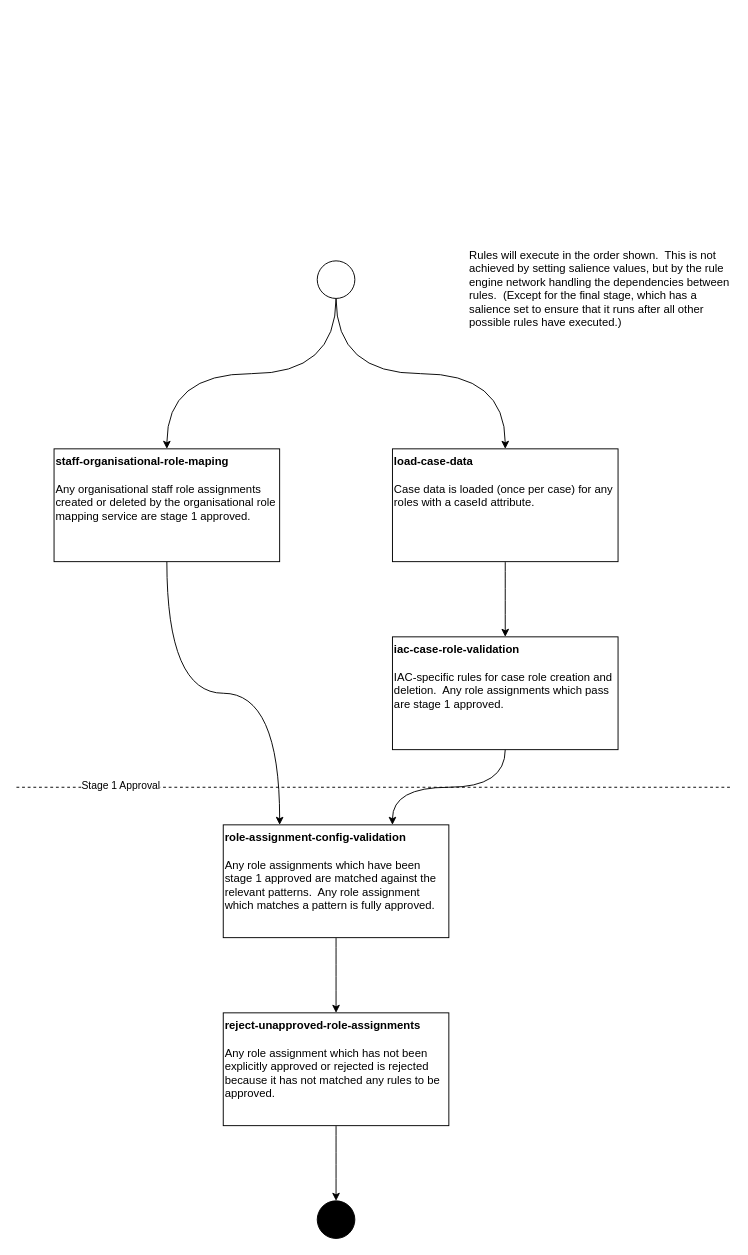
hmcts/am-role-assignment-service keeps this draw.io diagram as page "Page-2" (2 of 2) of src/main/resources/validationrules/rules.drawio. Above is the earlier version. Source tidied: cells renumbered, new cells numbered last; positions are measured from the earlier drawing's top-left corner, leaving out a move shared by most shapes. Both pictures are drawn from the tidied source at 94%, with x=0, y=0 at pixel (16, 242).
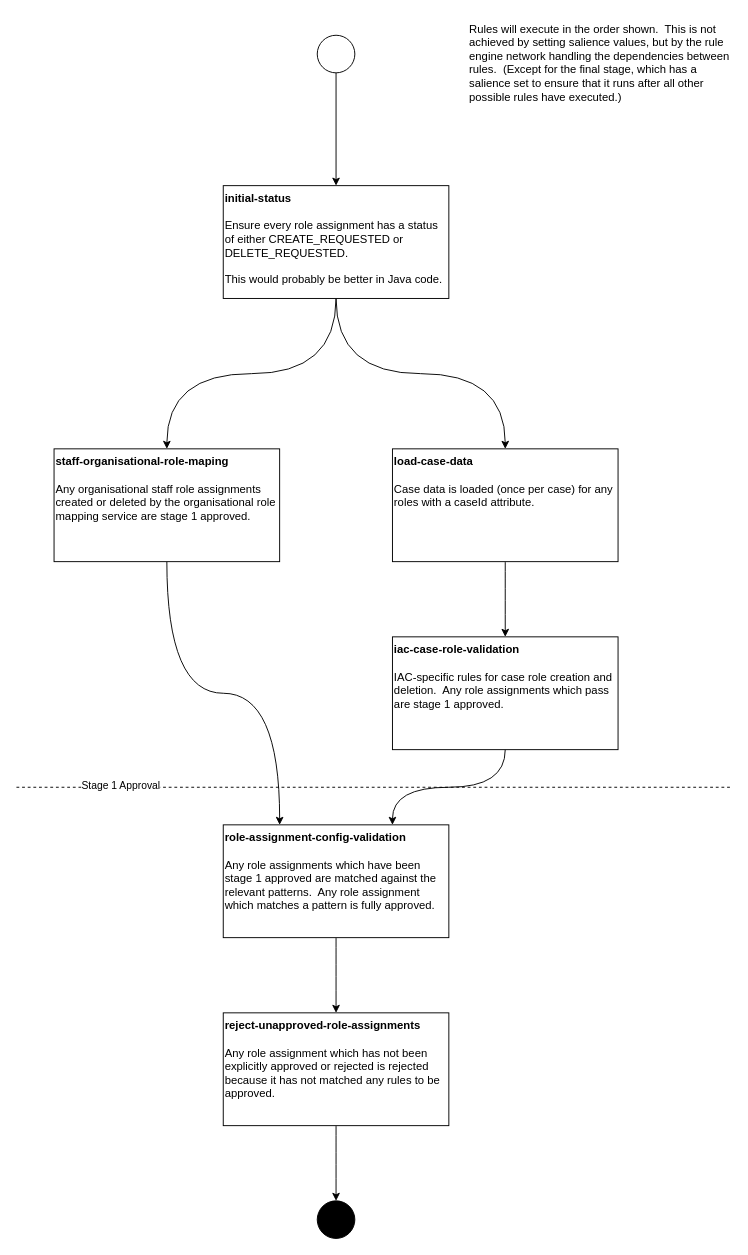
After the change.

Commit message (it also covers changes not shown here):
Restructure request status usage.

Unchanged cells that the change refers to:
```xml
<mxCell id="3" value="&lt;b&gt;staff-organisational-role-maping&lt;/b&gt;&lt;br&gt;&lt;br&gt;Any organisational staff role assignments created or deleted by the organisational role mapping service are stage 1 approved." style="rounded=0;whiteSpace=wrap;html=1;verticalAlign=top;align=left;" parent="1" vertex="1">
  <mxGeometry x="40" y="220" width="240" height="120" as="geometry" />
</mxCell>
<mxCell id="7" value="&lt;b&gt;load-case-data&lt;/b&gt;&lt;br&gt;&lt;br&gt;Case data is loaded (once per case) for any roles with a caseId attribute." style="rounded=0;whiteSpace=wrap;html=1;verticalAlign=top;align=left;" parent="1" vertex="1">
  <mxGeometry x="400" y="220" width="240" height="120" as="geometry" />
</mxCell>
```

Change to the diagram source:
```diff
@@
-    <mxCell id="12" style="edgeStyle=orthogonalEdgeStyle;rounded=0;jettySize=auto;html=1;exitX=0.5;exitY=1;exitDx=0;exitDy=0;entryX=0.5;entryY=0;entryDx=0;entryDy=0;curved=1;" parent="1" edge="1" source="14" target="3">
+    <mxCell id="12" style="edgeStyle=orthogonalEdgeStyle;rounded=0;jettySize=auto;html=1;entryX=0.5;entryY=0;entryDx=0;entryDy=0;curved=1;exitX=0.5;exitY=1;exitDx=0;exitDy=0;" parent="1" edge="1" source="20" target="3">
       <mxGeometry relative="1" as="geometry" />
     </mxCell>
-    <mxCell id="13" style="edgeStyle=orthogonalEdgeStyle;curved=1;rounded=0;jettySize=auto;html=1;exitX=0.5;exitY=1;exitDx=0;exitDy=0;entryX=0.5;entryY=0;entryDx=0;entryDy=0;" parent="1" edge="1" source="14" target="7">
+    <mxCell id="13" style="edgeStyle=orthogonalEdgeStyle;curved=1;rounded=0;jettySize=auto;html=1;entryX=0.5;entryY=0;entryDx=0;entryDy=0;exitX=0.5;exitY=1;exitDx=0;exitDy=0;" parent="1" edge="1" source="20" target="7">
       <mxGeometry relative="1" as="geometry" />
     </mxCell>
+    <mxCell id="19" style="edgeStyle=orthogonalEdgeStyle;rounded=0;jettySize=auto;html=1;entryX=0.5;entryY=0;entryDx=0;entryDy=0;" parent="1" edge="1" source="14" target="20">
+      <mxGeometry relative="1" as="geometry" />
+    </mxCell>
     <mxCell id="14" style="ellipse;whiteSpace=wrap;html=1;align=left;" parent="1" vertex="1">
-      <mxGeometry x="320" y="20" width="40" height="40" as="geometry" />
+      <mxGeometry x="320" y="-220" width="40" height="40" as="geometry" />
     </mxCell>
@@
     <mxCell id="18" value="Rules will execute in the order shown.&amp;nbsp; This is not achieved by setting salience values, but by the rule engine network handling the dependencies between rules.&amp;nbsp; (Except for the final stage, which has a salience set to ensure that it runs after all other possible rules have executed.)" style="text;html=1;strokeColor=none;fillColor=none;align=left;verticalAlign=top;whiteSpace=wrap;rounded=0;" parent="1" vertex="1">
-      <mxGeometry x="480" width="280" height="100" as="geometry" />
+      <mxGeometry x="480" y="-240" width="280" height="100" as="geometry" />
     </mxCell>
+    <mxCell id="20" value="&lt;b&gt;initial-status&lt;/b&gt;&lt;br&gt;&lt;br&gt;Ensure every role assignment has a status of either CREATE_REQUESTED or DELETE_REQUESTED.&lt;br&gt;&lt;br&gt;This would probably be better in Java code." style="rounded=0;whiteSpace=wrap;html=1;verticalAlign=top;align=left;" parent="1" vertex="1">
+      <mxGeometry x="220" y="-60" width="240" height="120" as="geometry" />
+    </mxCell>
```
